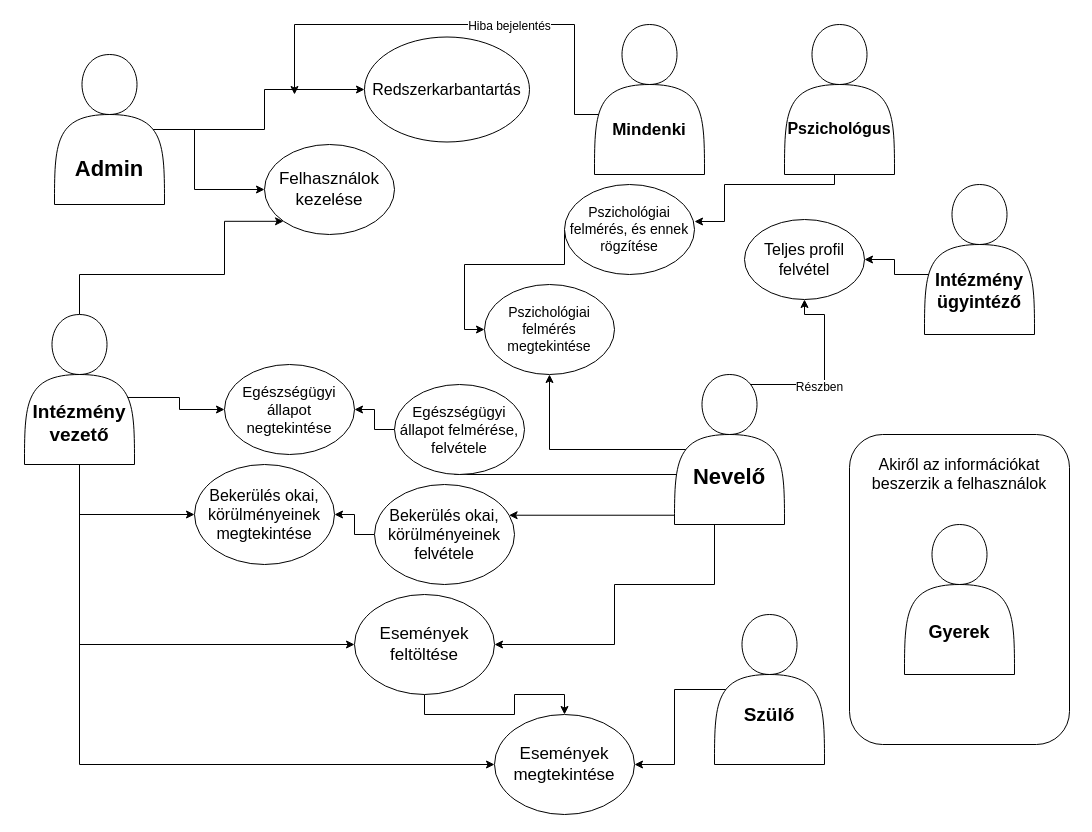
UnicornsLover/Szakdolgozat2020 keeps this draw.io diagram as Szakdolgozat2020-master/Zaró dolgozat/Use-Case diagram.drawio. Above is the earlier version. Source tidied: cells renumbered, new cells numbered last; positions are measured from the earlier drawing's top-left corner, leaving out a move shared by most shapes. Both pictures are drawn from the tidied source at 100%, with x=0, y=0 at pixel (24, 24).
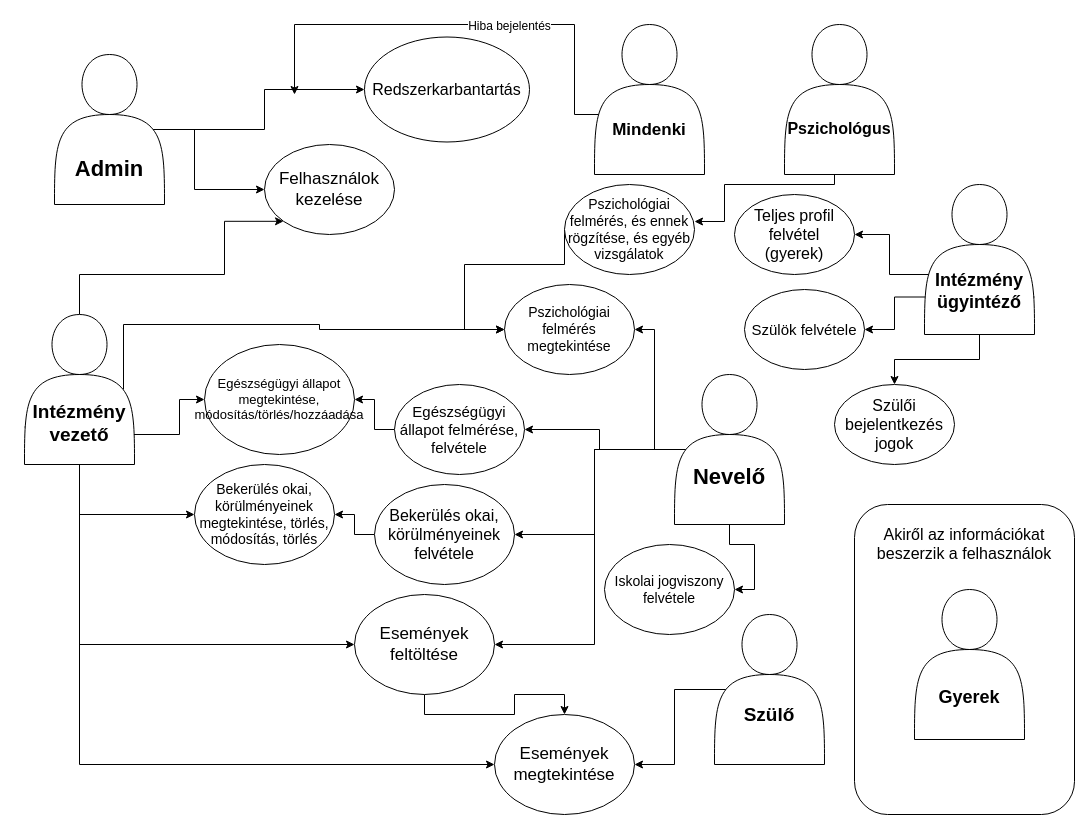
Above is the later version.

The change refers to these unchanged cells:
```xml
<mxCell id="11" value="&lt;div style=&quot;font-size: 19px&quot;&gt;&lt;b&gt;&lt;font style=&quot;font-size: 19px&quot;&gt;&lt;br&gt;&lt;/font&gt;&lt;/b&gt;&lt;/div&gt;&lt;div style=&quot;font-size: 19px&quot;&gt;&lt;b&gt;&lt;font style=&quot;font-size: 19px&quot;&gt;&lt;br&gt;&lt;/font&gt;&lt;/b&gt;&lt;/div&gt;&lt;div style=&quot;font-size: 19px&quot;&gt;&lt;b&gt;&lt;font style=&quot;font-size: 19px&quot;&gt;&lt;br&gt;&lt;/font&gt;&lt;/b&gt;&lt;/div&gt;&lt;div style=&quot;font-size: 19px&quot;&gt;&lt;b&gt;&lt;font style=&quot;font-size: 19px&quot;&gt;Intézmény vezető&lt;/font&gt;&lt;/b&gt;&lt;/div&gt;" style="shape=actor;whiteSpace=wrap;html=1;" parent="1" vertex="1">
  <mxGeometry y="290" width="110" height="150" as="geometry" />
</mxCell>
<mxCell id="22" value="&lt;b&gt;&lt;br&gt;&lt;/b&gt;&lt;div&gt;&lt;b&gt;&lt;br&gt;&lt;/b&gt;&lt;/div&gt;&lt;div&gt;&lt;b&gt;&lt;font style=&quot;font-size: 22px&quot;&gt;&lt;br&gt;&lt;/font&gt;&lt;/b&gt;&lt;/div&gt;&lt;div&gt;&lt;b&gt;&lt;font style=&quot;font-size: 22px&quot;&gt;Nevelő&lt;/font&gt;&lt;/b&gt;&lt;/div&gt;" style="shape=actor;whiteSpace=wrap;html=1;" parent="1" vertex="1">
  <mxGeometry x="650" y="350" width="110" height="150" as="geometry" />
</mxCell>
<mxCell id="24" value="&lt;font style=&quot;font-size: 15px&quot;&gt;Egészségügyi állapot felmérése, felvétele&lt;br&gt;&lt;/font&gt;" style="ellipse;whiteSpace=wrap;html=1;" parent="1" vertex="1">
  <mxGeometry x="370" y="360" width="130" height="90" as="geometry" />
</mxCell>
<mxCell id="26" value="&lt;font style=&quot;font-size: 16px&quot;&gt;Bekerülés okai, körülményeinek felvétele&lt;/font&gt;" style="ellipse;whiteSpace=wrap;html=1;" parent="1" vertex="1">
  <mxGeometry x="350" y="460" width="140" height="100" as="geometry" />
</mxCell>
<mxCell id="28" value="&lt;font style=&quot;font-size: 17px&quot;&gt;Események feltöltése&lt;br&gt;&lt;/font&gt;" style="ellipse;whiteSpace=wrap;html=1;" parent="1" vertex="1">
  <mxGeometry x="330" y="570" width="140" height="100" as="geometry" />
</mxCell>
<mxCell id="34" value="&lt;div&gt;&lt;b&gt;&lt;font style=&quot;font-size: 18px&quot;&gt;&lt;br&gt;&lt;/font&gt;&lt;/b&gt;&lt;/div&gt;&lt;div&gt;&lt;b&gt;&lt;font style=&quot;font-size: 18px&quot;&gt;&lt;br&gt;&lt;/font&gt;&lt;/b&gt;&lt;/div&gt;&lt;div&gt;&lt;b&gt;&lt;font style=&quot;font-size: 18px&quot;&gt;&lt;br&gt;&lt;/font&gt;&lt;/b&gt;&lt;/div&gt;&lt;div&gt;&lt;b&gt;&lt;font style=&quot;font-size: 18px&quot;&gt;Intézmény ügyintéző&lt;/font&gt;&lt;/b&gt;&lt;/div&gt;" style="shape=actor;whiteSpace=wrap;html=1;" parent="1" vertex="1">
  <mxGeometry x="900" y="160" width="110" height="150" as="geometry" />
</mxCell>
```

Diff of the diagram source:
```diff
@@
-    <mxCell id="7" style="edgeStyle=orthogonalEdgeStyle;rounded=0;jettySize=auto;html=1;entryX=0;entryY=0.5;entryDx=0;entryDy=0;exitX=0.082;exitY=0.553;exitDx=0;exitDy=0;exitPerimeter=0;" parent="1" edge="1" source="11" target="42">
-      <mxGeometry relative="1" as="geometry" />
+    <mxCell id="7" style="edgeStyle=orthogonalEdgeStyle;rounded=0;jettySize=auto;html=1;entryX=0;entryY=0.5;entryDx=0;entryDy=0;exitX=0;exitY=0.75;exitDx=0;exitDy=0;" parent="1" edge="1" source="11" target="42">
+      <mxGeometry relative="1" as="geometry">
+        <Array as="points">
+          <mxPoint x="20" y="403" />
+          <mxPoint x="20" y="410" />
+          <mxPoint x="155" y="410" />
+          <mxPoint x="155" y="375" />
+        </Array>
+      </mxGeometry>
     </mxCell>
@@
+    <mxCell id="44" style="edgeStyle=orthogonalEdgeStyle;rounded=0;jettySize=auto;html=1;entryX=0;entryY=0.5;entryDx=0;entryDy=0;exitX=0.9;exitY=0.5;exitDx=0;exitDy=0;exitPerimeter=0;" parent="1" edge="1" source="11" target="41">
+      <mxGeometry relative="1" as="geometry">
+        <Array as="points">
+          <mxPoint x="99" y="300" />
+          <mxPoint x="295" y="300" />
+          <mxPoint x="295" y="305" />
+        </Array>
+      </mxGeometry>
+    </mxCell>
@@
-    <mxCell id="15" value="&lt;font style=&quot;font-size: 14px&quot;&gt;&lt;span&gt;Pszichológiai felmérés, és ennek rögzítése&lt;br&gt;&lt;/span&gt;&lt;/font&gt;" style="ellipse;whiteSpace=wrap;html=1;" parent="1" vertex="1">
+    <mxCell id="15" value="&lt;font style=&quot;font-size: 14px&quot;&gt;&lt;span&gt;Pszichológiai felmérés, és ennek rögzítése, és egyéb vizsgálatok&lt;br&gt;&lt;/span&gt;&lt;/font&gt;" style="ellipse;whiteSpace=wrap;html=1;" parent="1" vertex="1">
       <mxGeometry x="540" y="160" width="130" height="90" as="geometry" />
     </mxCell>
-    <mxCell id="16" style="edgeStyle=orthogonalEdgeStyle;rounded=0;jettySize=auto;html=1;entryX=1;entryY=0.5;entryDx=0;entryDy=0;exitX=0.9;exitY=0.5;exitDx=0;exitDy=0;exitPerimeter=0;" parent="1" edge="1" source="22" target="24">
-      <mxGeometry relative="1" as="geometry">
-        <Array as="points">
-          <mxPoint x="749" y="450" />
-          <mxPoint x="430" y="450" />
-          <mxPoint x="430" y="405" />
-        </Array>
-      </mxGeometry>
+    <mxCell id="16" style="edgeStyle=orthogonalEdgeStyle;rounded=0;jettySize=auto;html=1;fontSize=16;exitX=0.9;exitY=0.5;exitDx=0;exitDy=0;exitPerimeter=0;" parent="1" edge="1" source="22" target="24">
+      <mxGeometry relative="1" as="geometry" />
     </mxCell>
+    <mxCell id="21" style="edgeStyle=orthogonalEdgeStyle;rounded=0;jettySize=auto;html=1;fontSize=16;" parent="1" edge="1" source="22" target="41">
+      <mxGeometry relative="1" as="geometry" />
+    </mxCell>
-    <mxCell id="17" style="edgeStyle=orthogonalEdgeStyle;rounded=0;jettySize=auto;html=1;" parent="1" edge="1" source="22" target="26">
-      <mxGeometry relative="1" as="geometry">
-        <Array as="points">
-          <mxPoint x="478" y="480" />
-          <mxPoint x="478" y="510" />
-        </Array>
-      </mxGeometry>
+    <mxCell id="17" style="edgeStyle=orthogonalEdgeStyle;rounded=0;jettySize=auto;html=1;fontSize=16;" parent="1" edge="1" source="22" target="26">
+      <mxGeometry relative="1" as="geometry" />
     </mxCell>
-    <mxCell id="18" style="edgeStyle=orthogonalEdgeStyle;rounded=0;jettySize=auto;html=1;exitX=0.042;exitY=1;exitDx=0;exitDy=0;exitPerimeter=0;entryX=1;entryY=0.5;entryDx=0;entryDy=0;" parent="1" edge="1" source="22" target="28">
+    <mxCell id="18" style="edgeStyle=orthogonalEdgeStyle;rounded=0;jettySize=auto;html=1;entryX=1;entryY=0.5;entryDx=0;entryDy=0;fontSize=16;" parent="1" edge="1" source="22" target="28">
       <mxGeometry relative="1" as="geometry">
         <Array as="points">
-          <mxPoint x="690" y="500" />
-          <mxPoint x="690" y="560" />
-          <mxPoint x="590" y="560" />
-          <mxPoint x="590" y="620" />
+          <mxPoint x="570" y="425" />
+          <mxPoint x="570" y="620" />
         </Array>
       </mxGeometry>
     </mxCell>
-    <mxCell id="19" style="edgeStyle=orthogonalEdgeStyle;rounded=0;jettySize=auto;html=1;entryX=0.5;entryY=1;entryDx=0;entryDy=0;exitX=0.5;exitY=0;exitDx=0;exitDy=0;" parent="1" edge="1" source="22" target="35">
-      <mxGeometry relative="1" as="geometry">
-        <Array as="points">
-          <mxPoint x="705" y="360" />
-          <mxPoint x="800" y="360" />
-          <mxPoint x="800" y="290" />
-          <mxPoint x="780" y="290" />
-        </Array>
-      </mxGeometry>
-    </mxCell>
-    <mxCell id="20" value="Részben" style="text;html=1;align=center;verticalAlign=middle;labelBackgroundColor=#ffffff;" parent="19" vertex="1">
-      <mxGeometry x="-0.06" y="-2" relative="1" as="geometry" />
-    </mxCell>
-    <mxCell id="21" style="edgeStyle=orthogonalEdgeStyle;rounded=0;jettySize=auto;html=1;entryX=0.5;entryY=1;entryDx=0;entryDy=0;exitX=0.9;exitY=0.5;exitDx=0;exitDy=0;exitPerimeter=0;" parent="1" edge="1" source="22" target="41">
-      <mxGeometry relative="1" as="geometry" />
-    </mxCell>
+    <mxCell id="45" style="edgeStyle=orthogonalEdgeStyle;rounded=0;jettySize=auto;html=1;entryX=1;entryY=0.5;entryDx=0;entryDy=0;fontSize=16;" parent="1" edge="1" source="22" target="50">
+      <mxGeometry relative="1" as="geometry" />
+    </mxCell>
@@
+    <mxCell id="46" style="edgeStyle=orthogonalEdgeStyle;rounded=0;jettySize=auto;html=1;exitX=1;exitY=0.75;exitDx=0;exitDy=0;entryX=1;entryY=0.5;entryDx=0;entryDy=0;" parent="1" edge="1" source="34" target="48">
+      <mxGeometry relative="1" as="geometry">
+        <Array as="points">
+          <mxPoint x="870" y="272" />
+          <mxPoint x="870" y="305" />
+        </Array>
+      </mxGeometry>
+    </mxCell>
+    <mxCell id="47" style="edgeStyle=orthogonalEdgeStyle;rounded=0;jettySize=auto;html=1;" parent="1" edge="1" source="34" target="49">
+      <mxGeometry relative="1" as="geometry" />
+    </mxCell>
@@
-    <mxCell id="35" value="&lt;font style=&quot;font-size: 16px&quot;&gt;Teljes profil felvétel&lt;br&gt;&lt;/font&gt;" style="ellipse;whiteSpace=wrap;html=1;" parent="1" vertex="1">
-      <mxGeometry x="720" y="195" width="120" height="80" as="geometry" />
+    <mxCell id="35" value="&lt;font style=&quot;font-size: 16px&quot;&gt;Teljes profil felvétel &lt;br&gt;(gyerek)&lt;br&gt;&lt;/font&gt;" style="ellipse;whiteSpace=wrap;html=1;" parent="1" vertex="1">
+      <mxGeometry x="710" y="170" width="120" height="80" as="geometry" />
     </mxCell>
     <mxCell id="36" value="&lt;div&gt;&lt;font style=&quot;font-size: 16px&quot;&gt;Akiről az információkat beszerzik a felhasználok&lt;/font&gt;&lt;/div&gt;&lt;div&gt;&lt;br&gt;&lt;/div&gt;&lt;div&gt;&lt;br&gt;&lt;/div&gt;&lt;div&gt;&lt;br&gt;&lt;/div&gt;&lt;div&gt;&lt;br&gt;&lt;/div&gt;&lt;div&gt;&lt;br&gt;&lt;/div&gt;&lt;div&gt;&lt;br&gt;&lt;/div&gt;&lt;div&gt;&lt;br&gt;&lt;/div&gt;&lt;div&gt;&lt;br&gt;&lt;/div&gt;&lt;div&gt;&lt;br&gt;&lt;/div&gt;&lt;div&gt;&lt;br&gt;&lt;/div&gt;&lt;div&gt;&lt;br&gt;&lt;/div&gt;&lt;div&gt;&lt;br&gt;&lt;/div&gt;&lt;div&gt;&lt;br&gt;&lt;/div&gt;&lt;div&gt;&lt;br&gt;&lt;/div&gt;&lt;div&gt;&lt;br&gt;&lt;/div&gt;&lt;div&gt;&lt;br&gt;&lt;/div&gt;" style="rounded=1;whiteSpace=wrap;html=1;" parent="1" vertex="1">
-      <mxGeometry x="825" y="410" width="220" height="310" as="geometry" />
+      <mxGeometry x="830" y="480" width="220" height="310" as="geometry" />
     </mxCell>
     <mxCell id="37" value="&lt;b&gt;&lt;br&gt;&lt;/b&gt;&lt;div&gt;&lt;b&gt;&lt;br&gt;&lt;/b&gt;&lt;/div&gt;&lt;div&gt;&lt;b&gt;&lt;font style=&quot;font-size: 16px&quot;&gt;&lt;br&gt;&lt;/font&gt;&lt;/b&gt;&lt;/div&gt;&lt;div&gt;&lt;b&gt;&lt;font style=&quot;font-size: 16px&quot;&gt;&lt;br&gt;&lt;/font&gt;&lt;/b&gt;&lt;/div&gt;&lt;div&gt;&lt;b&gt;&lt;font style=&quot;font-size: 18px&quot;&gt;Gyerek&lt;/font&gt;&lt;/b&gt;&lt;/div&gt;" style="shape=actor;whiteSpace=wrap;html=1;" parent="1" vertex="1">
-      <mxGeometry x="880" y="500" width="110" height="150" as="geometry" />
+      <mxGeometry x="890" y="565" width="110" height="150" as="geometry" />
     </mxCell>
@@
     <mxCell id="41" value="&lt;font style=&quot;font-size: 14px&quot;&gt;&lt;span&gt;Pszichológiai felmérés megtekintése&lt;br&gt;&lt;/span&gt;&lt;/font&gt;" style="ellipse;whiteSpace=wrap;html=1;" parent="1" vertex="1">
-      <mxGeometry x="460" y="260" width="130" height="90" as="geometry" />
+      <mxGeometry x="480" y="260" width="130" height="90" as="geometry" />
     </mxCell>
-    <mxCell id="42" value="&lt;font style=&quot;font-size: 15px&quot;&gt;Egészségügyi állapot negtekintése&lt;br&gt;&lt;/font&gt;" style="ellipse;whiteSpace=wrap;html=1;" parent="1" vertex="1">
-      <mxGeometry x="200" y="340" width="130" height="90" as="geometry" />
+    <mxCell id="42" value="&lt;font style=&quot;font-size: 13px;&quot;&gt;Egészségügyi állapot megtekintése, módosítás/törlés/hozzáadása&lt;br style=&quot;font-size: 13px;&quot;&gt;&lt;/font&gt;" style="ellipse;whiteSpace=wrap;html=1;fontSize=13;" parent="1" vertex="1">
+      <mxGeometry x="180" y="320" width="150" height="110" as="geometry" />
     </mxCell>
-    <mxCell id="43" value="&lt;font style=&quot;font-size: 16px&quot;&gt;Bekerülés okai, körülményeinek megtekintése&lt;br&gt;&lt;/font&gt;" style="ellipse;whiteSpace=wrap;html=1;" parent="1" vertex="1">
+    <mxCell id="43" value="&lt;font style=&quot;font-size: 14px;&quot;&gt;Bekerülés okai, körülményeinek megtekintése, törlés, módosítás, törlés&lt;br style=&quot;font-size: 14px;&quot;&gt;&lt;/font&gt;" style="ellipse;whiteSpace=wrap;html=1;fontSize=14;" parent="1" vertex="1">
       <mxGeometry x="170" y="440" width="140" height="100" as="geometry" />
     </mxCell>
+    <mxCell id="48" value="Szülök felvétele" style="ellipse;whiteSpace=wrap;html=1;fontSize=15;" parent="1" vertex="1">
+      <mxGeometry x="720" y="265" width="120" height="80" as="geometry" />
+    </mxCell>
+    <mxCell id="49" value="Szülői bejelentkezés jogok" style="ellipse;whiteSpace=wrap;html=1;fontSize=16;" parent="1" vertex="1">
+      <mxGeometry x="810" y="360" width="120" height="80" as="geometry" />
+    </mxCell>
+    <mxCell id="50" value="Iskolai jogviszony felvétele" style="ellipse;whiteSpace=wrap;html=1;fontSize=14;" parent="1" vertex="1">
+      <mxGeometry x="580" y="520" width="130" height="90" as="geometry" />
+    </mxCell>
```
